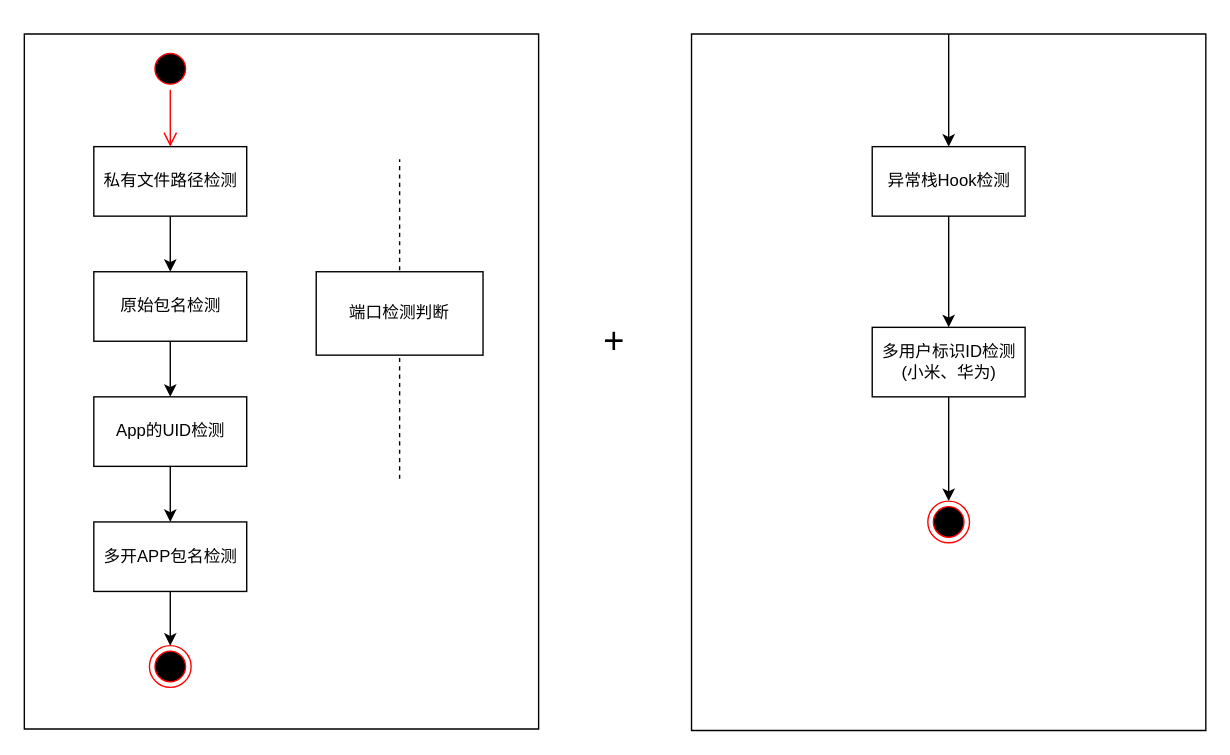
Above: kyh-code-mind.drawio in sharksheep/draw (draw.io), before the change. Source tidied: cells renumbered, new cells numbered last; positions are measured from the earlier drawing's top-left corner, leaving out a move shared by most shapes. Both pictures are drawn from the tidied source at 139%, with x=0, y=0 at pixel (24, 33).
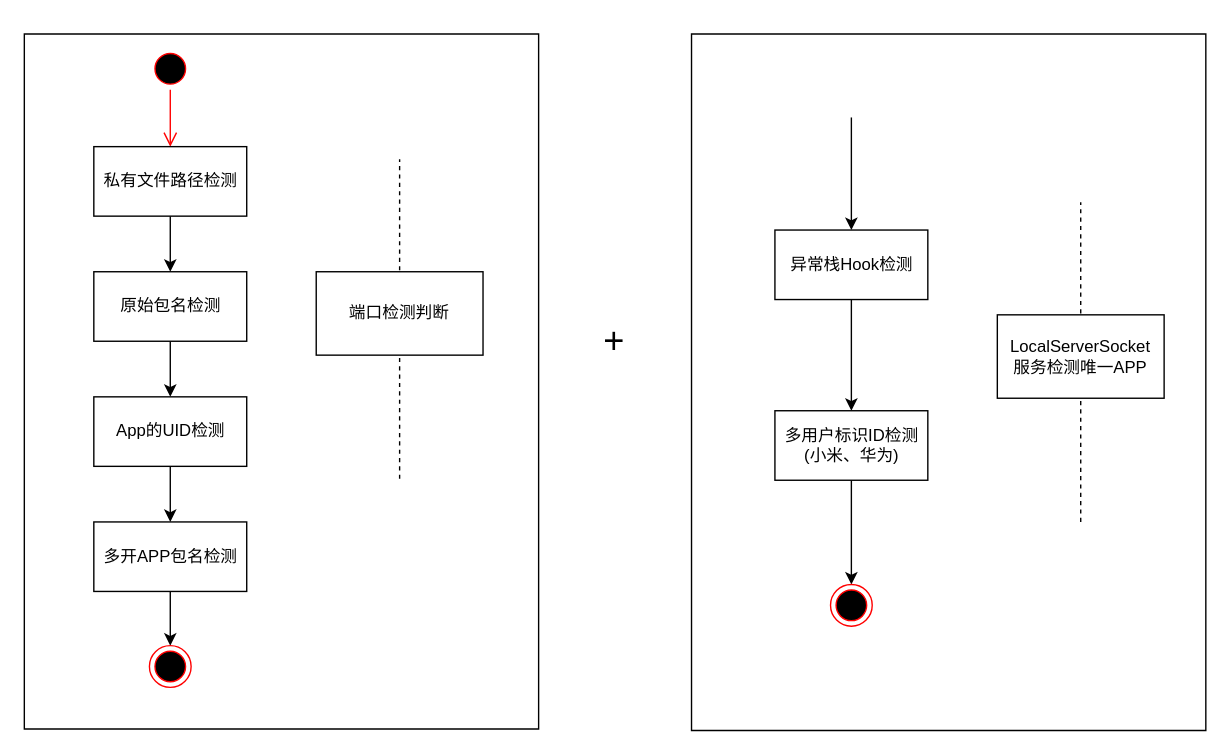
Above is the later version.

The change refers to these unchanged cells:
```xml
<mxCell id="18" style="shape=partialRectangle;whiteSpace=wrap;html=1;top=1;left=1;fillColor=none;perimeterSpacing=0;" parent="1" vertex="1">
  <mxGeometry x="480" width="370" height="501" as="geometry" />
</mxCell>
```

The edit, as a diff of the source:
```diff
@@
     <mxCell id="20" value="异常栈Hook检测" style="html=1;" parent="1" vertex="1">
-      <mxGeometry x="610" y="81" width="110" height="50" as="geometry" />
+      <mxGeometry x="540" y="141" width="110" height="50" as="geometry" />
     </mxCell>
@@
     <mxCell id="22" value="多用户标识ID检测&lt;br&gt;(小米、华为)&lt;br&gt;" style="html=1;" parent="1" vertex="1">
-      <mxGeometry x="610" y="211" width="110" height="50" as="geometry" />
+      <mxGeometry x="540" y="271" width="110" height="50" as="geometry" />
     </mxCell>
     <mxCell id="23" style="ellipse;html=1;shape=endState;fillColor=#000000;strokeColor=#ff0000;fontSize=26;" parent="1" vertex="1">
-      <mxGeometry x="650" y="336" width="30" height="30" as="geometry" />
+      <mxGeometry x="580" y="396" width="30" height="30" as="geometry" />
     </mxCell>
-    <mxCell id="24" style="endArrow=classic;html=1;fontSize=26;entryX=0.5;entryY=0;entryDx=0;entryDy=0;" parent="1" edge="1" source="18" target="20">
-      <mxGeometry relative="1" as="geometry" />
+    <mxCell id="24" style="endArrow=classic;html=1;fontSize=26;entryX=0.5;entryY=0;entryDx=0;entryDy=0;" parent="1" edge="1" target="20">
+      <mxGeometry relative="1" as="geometry">
+        <mxPoint x="595" y="60" as="sourcePoint" />
+      </mxGeometry>
     </mxCell>
+    <mxCell id="25" value="LocalServerSocket&lt;br&gt;服务检测唯一APP" style="rounded=0;whiteSpace=wrap;html=1;" parent="1" vertex="1">
+      <mxGeometry x="700" y="202" width="120" height="60" as="geometry" />
+    </mxCell>
+    <mxCell id="26" style="endArrow=none;dashed=1;html=1;" parent="1" edge="1">
+      <mxGeometry relative="1" as="geometry">
+        <mxPoint x="760" y="201" as="sourcePoint" />
+        <mxPoint x="760" y="121" as="targetPoint" />
+      </mxGeometry>
+    </mxCell>
+    <mxCell id="27" style="endArrow=none;dashed=1;html=1;entryX=0.5;entryY=1;entryDx=0;entryDy=0;" parent="1" edge="1" target="25">
+      <mxGeometry relative="1" as="geometry">
+        <mxPoint x="760" y="351" as="sourcePoint" />
+      </mxGeometry>
+    </mxCell>
```
